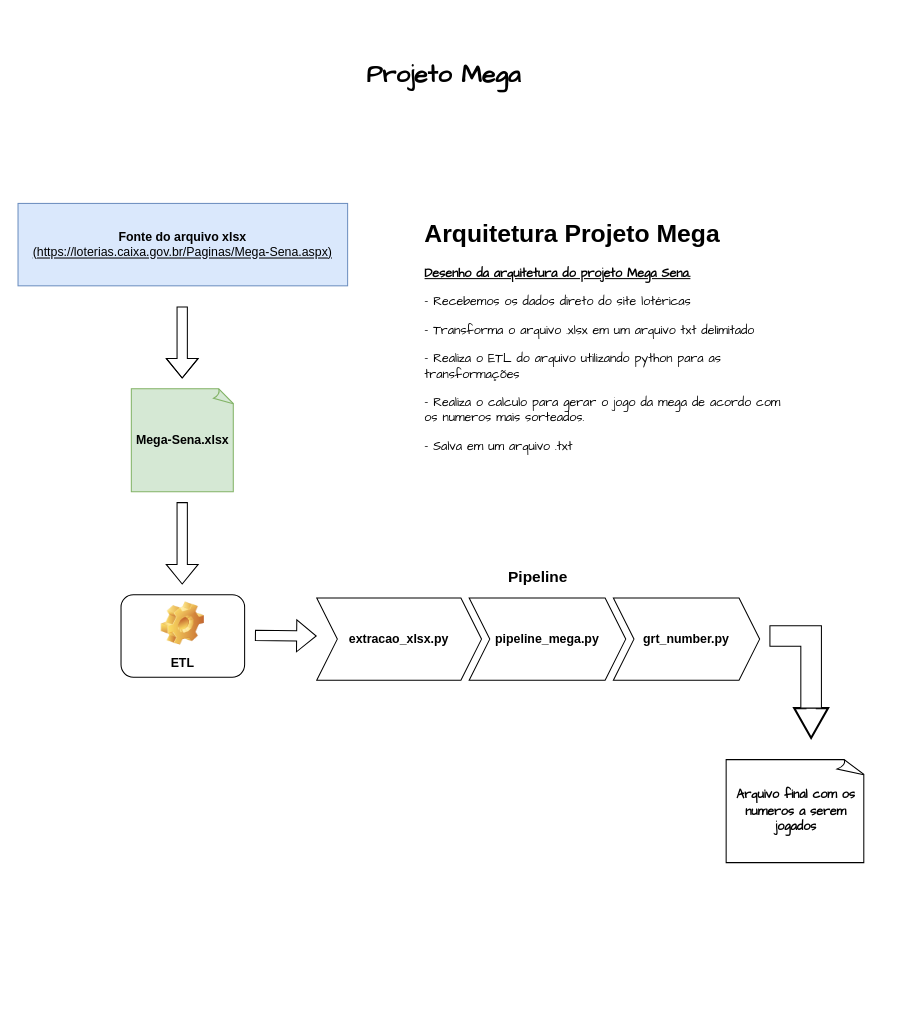
This is docs/Diagrama sem nome.drawio from RafaellSanchez/RepoMega-DataPipeline, a draw.io file, before an edit. Source tidied: cells renumbered, new cells numbered last; positions are measured from the earlier drawing's top-left corner, leaving out a move shared by most shapes. Both pictures are drawn from the tidied source at 103%, with x=0, y=0 at pixel (18, 18).
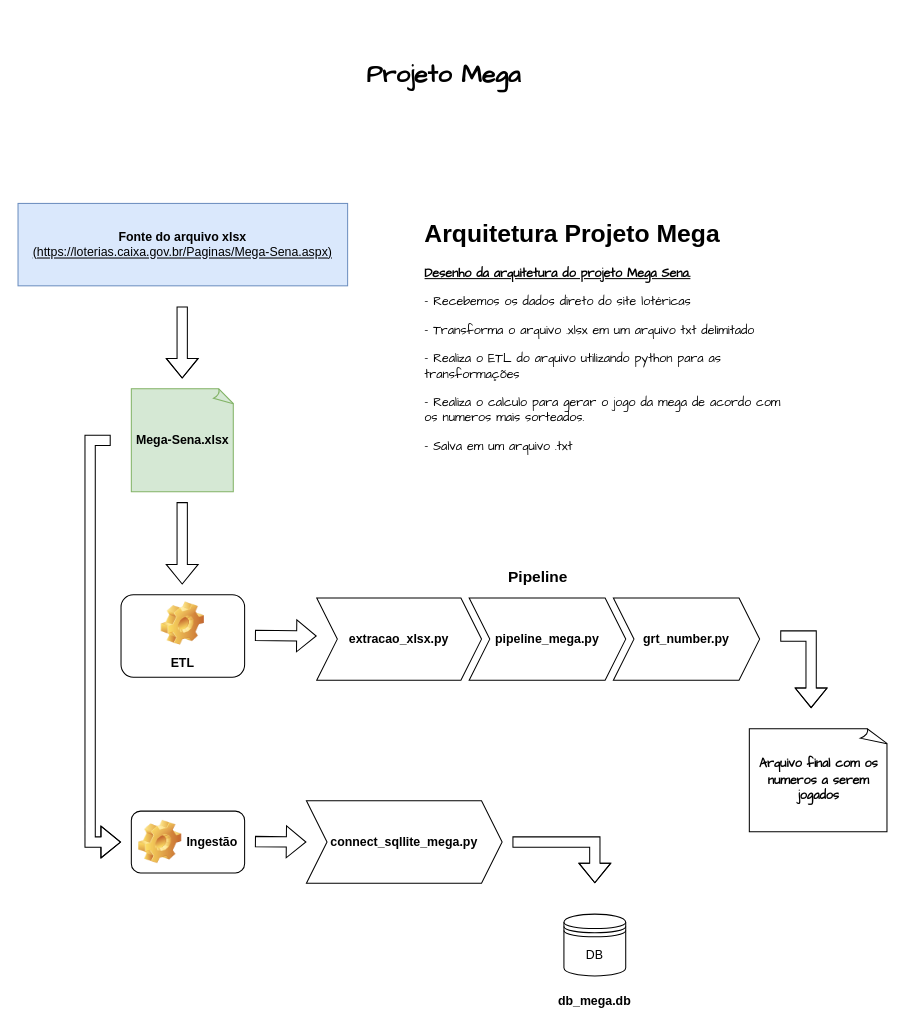
After the change.

The edit, as a diff of the source:
```diff
@@
-    <mxCell id="12" style="endArrow=classic;html=1;rounded=0;shape=flexArrow;endSize=9;startSize=8;targetPerimeterSpacing=0;strokeWidth=2;" parent="1" edge="1">
-      <mxGeometry relative="1" as="geometry">
-        <mxPoint x="770" y="610" as="sourcePoint" />
-        <mxPoint x="770" y="700" as="targetPoint" />
-      </mxGeometry>
-    </mxCell>
-    <mxCell id="13" style="shape=corner;whiteSpace=wrap;html=1;rotation=90;" parent="1" vertex="1">
-      <mxGeometry x="715" y="605" width="80" height="50" as="geometry" />
-    </mxCell>
@@
     <mxCell id="16" value="&lt;b&gt;&lt;font face=&quot;Comic Sans MS&quot;&gt;Arquivo final com os numeros a serem jogados&lt;/font&gt;&lt;/b&gt;" style="whiteSpace=wrap;html=1;shape=mxgraph.basic.document;" parent="1" vertex="1">
-      <mxGeometry x="687.5" y="720" width="135" height="100" as="geometry" />
+      <mxGeometry x="710" y="690" width="135" height="100" as="geometry" />
     </mxCell>
+    <mxCell id="17" style="edgeStyle=segmentEdgeStyle;endArrow=classic;html=1;curved=0;rounded=0;shape=flexArrow;" parent="1" edge="1">
+      <mxGeometry relative="1" as="geometry">
+        <mxPoint x="90" y="410" as="sourcePoint" />
+        <mxPoint x="100" y="800" as="targetPoint" />
+        <Array as="points">
+          <mxPoint x="70" y="410" />
+          <mxPoint x="70" y="800" />
+        </Array>
+      </mxGeometry>
+    </mxCell>
+    <mxCell id="18" value="Ingestão" style="label;whiteSpace=wrap;html=1;image=img/clipart/Gear_128x128.png;" parent="1" vertex="1">
+      <mxGeometry x="110" y="770" width="110" height="60" as="geometry" />
+    </mxCell>
+    <mxCell id="19" value="&lt;b&gt;connect_sqllite_mega.py&lt;/b&gt;" style="shape=step;perimeter=stepPerimeter;whiteSpace=wrap;html=1;fixedSize=1;" parent="1" vertex="1">
+      <mxGeometry x="280" y="760" width="190" height="80" as="geometry" />
+    </mxCell>
+    <mxCell id="20" style="endArrow=classic;html=1;rounded=0;shape=flexArrow;" parent="1" edge="1">
+      <mxGeometry relative="1" as="geometry">
+        <mxPoint x="230" y="799.5" as="sourcePoint" />
+        <mxPoint x="280" y="800" as="targetPoint" />
+      </mxGeometry>
+    </mxCell>
+    <mxCell id="21" style="edgeStyle=segmentEdgeStyle;endArrow=classic;html=1;curved=0;rounded=0;shape=flexArrow;" parent="1" edge="1">
+      <mxGeometry relative="1" as="geometry">
+        <mxPoint x="480" y="800" as="sourcePoint" />
+        <mxPoint x="560" y="840" as="targetPoint" />
+      </mxGeometry>
+    </mxCell>
+    <mxCell id="22" value="DB" style="shape=datastore;whiteSpace=wrap;html=1;" parent="1" vertex="1">
+      <mxGeometry x="530" y="870" width="60" height="60" as="geometry" />
+    </mxCell>
+    <mxCell id="23" value="&lt;b&gt;db_mega.db&lt;/b&gt;" style="text;html=1;strokeColor=none;fillColor=none;align=center;verticalAlign=middle;whiteSpace=wrap;rounded=0;" parent="1" vertex="1">
+      <mxGeometry x="530" y="940" width="60" height="30" as="geometry" />
+    </mxCell>
+    <mxCell id="24" style="edgeStyle=segmentEdgeStyle;endArrow=classic;html=1;curved=0;rounded=0;shape=flexArrow;" parent="1" edge="1">
+      <mxGeometry relative="1" as="geometry">
+        <mxPoint x="740" y="600" as="sourcePoint" />
+        <mxPoint x="770" y="670" as="targetPoint" />
+      </mxGeometry>
+    </mxCell>
```
